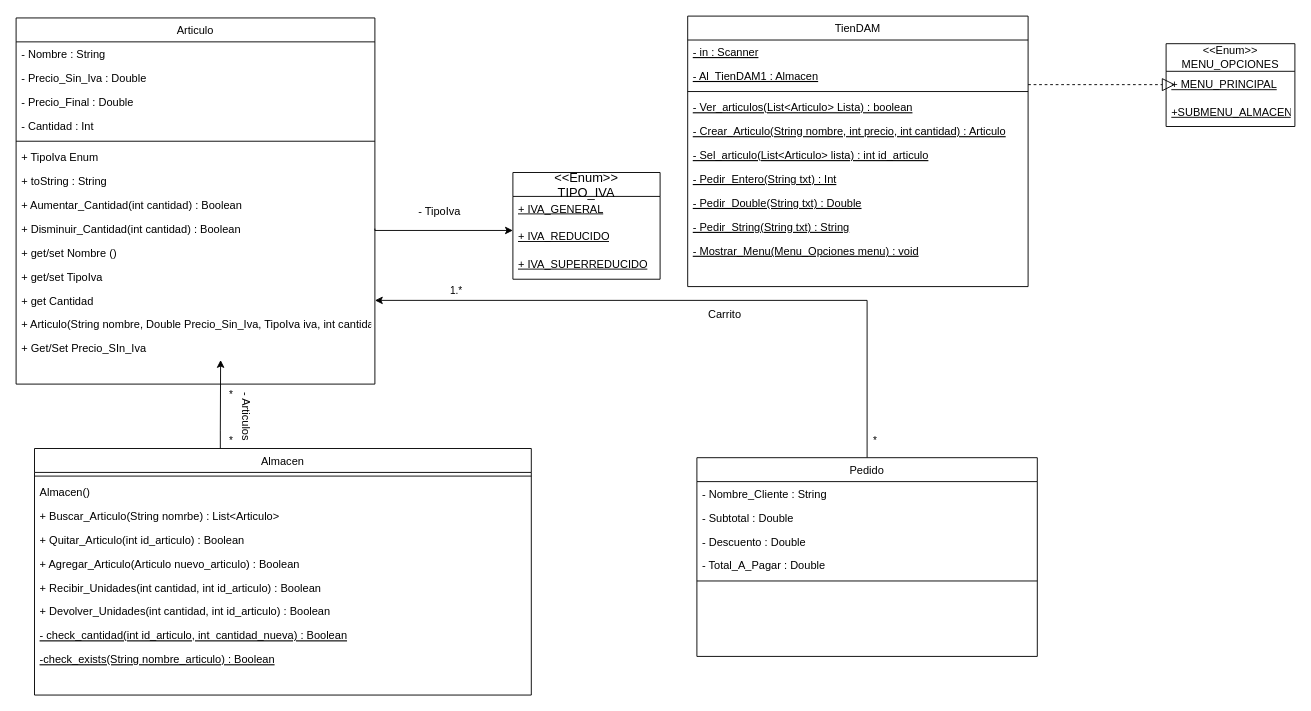
This is Diagrama sense títol.drawio from cristian9751/Ejercicios_Progrmacion, a draw.io file, before an edit. Source tidied: cells renumbered, new cells numbered last; positions are measured from the earlier drawing's top-left corner, leaving out a move shared by most shapes. Both pictures are drawn from the tidied source at 92%, with x=0, y=0 at pixel (16, 16).
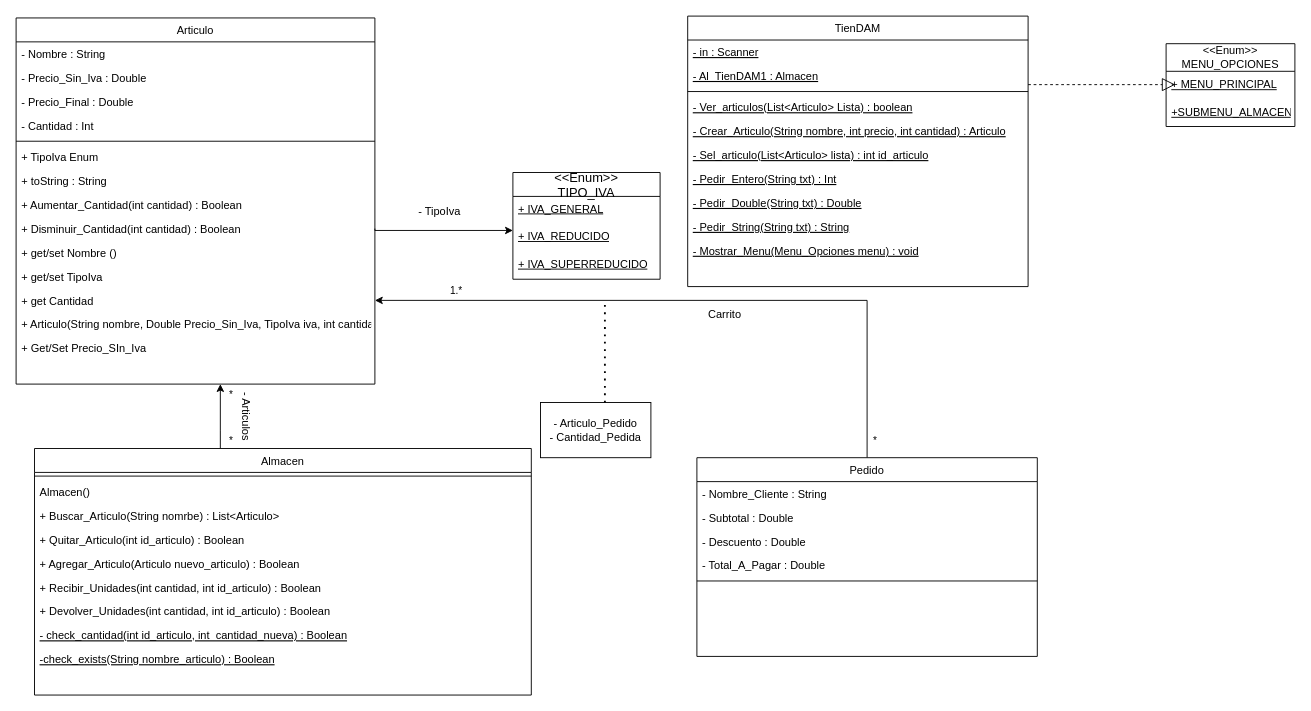
After the change.

The change refers to these unchanged cells:
```xml
<mxCell id="16" value="+ Get/Set Precio_SIn_Iva" style="text;align=left;verticalAlign=top;spacingLeft=4;spacingRight=4;overflow=hidden;points=[[0,0.5],[1,0.5]];portConstraint=eastwest;" parent="2" vertex="1">
  <mxGeometry y="346" width="390" height="26" as="geometry" />
</mxCell>
<mxCell id="18" value="Almacen" style="swimlane;fontStyle=0;align=center;verticalAlign=top;horizontal=1;startSize=26;rounded=0;shadow=0;strokeWidth=1;" parent="1" vertex="1">
  <mxGeometry x="20" y="470" width="540" height="268" as="geometry" />
</mxCell>
```

Change to the diagram source:
```diff
@@
-    <mxCell id="17" style="edgeStyle=orthogonalEdgeStyle;rounded=0;jettySize=auto;html=1;entryX=0.57;entryY=0.992;entryDx=0;entryDy=0;entryPerimeter=0;" parent="1" edge="1" source="18" target="16">
+    <mxCell id="17" style="edgeStyle=orthogonalEdgeStyle;rounded=0;jettySize=auto;html=1;" parent="1" edge="1" source="18">
       <mxGeometry relative="1" as="geometry">
+        <mxPoint x="222" y="400" as="targetPoint" />
         <Array as="points">
           <mxPoint x="222" y="450" />
           <mxPoint x="222" y="450" />
         </Array>
       </mxGeometry>
     </mxCell>
@@
+    <mxCell id="62" value="&lt;div&gt;- Articulo_Pedido&lt;/div&gt;&lt;div&gt;- Cantidad_Pedida&lt;br&gt;&lt;/div&gt;" style="rounded=0;whiteSpace=wrap;html=1;" parent="1" vertex="1">
+      <mxGeometry x="570" y="420" width="120" height="60" as="geometry" />
+    </mxCell>
+    <mxCell id="63" style="endArrow=none;dashed=1;html=1;dashPattern=1 3;strokeWidth=2;rounded=0;" parent="1" edge="1">
+      <mxGeometry relative="1" as="geometry">
+        <mxPoint x="640" y="420" as="sourcePoint" />
+        <mxPoint x="640" y="310" as="targetPoint" />
+      </mxGeometry>
+    </mxCell>
```
